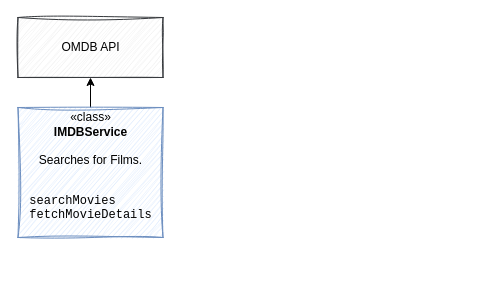
The draw.io diagram FilmSearch.drawio in tillg/filmz, before the edit. Source tidied: cells renumbered, new cells numbered last; positions are measured from the earlier drawing's top-left corner, leaving out a move shared by most shapes. Both pictures are drawn from the tidied source at 100%, with x=0, y=0 at pixel (18, 17).
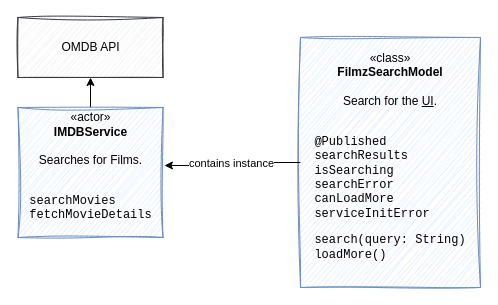
After the change.

Change to the diagram source:
```diff
@@
 <mxGraphModel>
   <root>
     <mxCell id="0" />
     <mxCell id="1" parent="0" />
     <mxCell id="2" style="edgeStyle=orthogonalEdgeStyle;rounded=0;jettySize=auto;html=1;entryX=0.5;entryY=1;entryDx=0;entryDy=0;" parent="1" edge="1" source="3" target="4">
       <mxGeometry relative="1" as="geometry" />
     </mxCell>
-    <mxCell id="3" value="&lt;div&gt;«class»&lt;br&gt;&lt;/div&gt;&lt;b&gt;IMDBService&lt;/b&gt;&lt;div&gt;&lt;br&gt;&lt;/div&gt;&lt;div&gt;Searches for Films.&lt;/div&gt;&lt;div&gt;&lt;br&gt;&lt;/div&gt;&lt;pre style=&quot;text-align: left;&quot;&gt;&lt;span style=&quot;background-color: transparent; color: light-dark(rgb(0, 0, 0), rgb(255, 255, 255));&quot;&gt;searchMovies&lt;br&gt;&lt;/span&gt;&lt;span style=&quot;background-color: transparent; color: light-dark(rgb(0, 0, 0), rgb(255, 255, 255));&quot;&gt;fetchMovieDetails&lt;/span&gt;&lt;/pre&gt;" style="rounded=0;whiteSpace=wrap;html=1;sketch=1;curveFitting=1;jiggle=2;fillColor=#dae8fc;strokeColor=#6c8ebf;" parent="1" vertex="1">
+    <mxCell id="3" value="&lt;div&gt;«actor»&lt;br&gt;&lt;/div&gt;&lt;b&gt;IMDBService&lt;/b&gt;&lt;div&gt;&lt;br&gt;&lt;/div&gt;&lt;div&gt;Searches for Films.&lt;/div&gt;&lt;div&gt;&lt;br&gt;&lt;/div&gt;&lt;pre style=&quot;text-align: left;&quot;&gt;&lt;span style=&quot;background-color: transparent; color: light-dark(rgb(0, 0, 0), rgb(255, 255, 255));&quot;&gt;searchMovies&lt;br&gt;&lt;/span&gt;&lt;span style=&quot;background-color: transparent; color: light-dark(rgb(0, 0, 0), rgb(255, 255, 255));&quot;&gt;fetchMovieDetails&lt;/span&gt;&lt;/pre&gt;" style="rounded=0;whiteSpace=wrap;html=1;sketch=1;curveFitting=1;jiggle=2;fillColor=#dae8fc;strokeColor=#6c8ebf;" parent="1" vertex="1">
       <mxGeometry x="-0.5" y="90" width="145" height="130" as="geometry" />
     </mxCell>
     <mxCell id="4" value="&lt;div&gt;OMDB API&lt;/div&gt;" style="rounded=0;whiteSpace=wrap;html=1;sketch=1;curveFitting=1;jiggle=2;fillColor=#eeeeee;strokeColor=#36393d;" parent="1" vertex="1">
       <mxGeometry x="-0.5" width="145" height="60" as="geometry" />
     </mxCell>
+    <mxCell id="5" value="&lt;div&gt;«class»&lt;br&gt;&lt;/div&gt;&lt;b&gt;FilmzSearchModel&lt;/b&gt;&lt;br&gt;&lt;div&gt;&lt;br&gt;&lt;/div&gt;&lt;div&gt;Search for the &lt;u&gt;UI&lt;/u&gt;.&lt;/div&gt;&lt;div&gt;&lt;br&gt;&lt;/div&gt;&lt;pre style=&quot;text-align: left;&quot;&gt;&lt;span style=&quot;background-color: transparent;&quot;&gt;&lt;font style=&quot;color: rgb(0, 0, 0);&quot;&gt;@Published&lt;br&gt;&lt;/font&gt;searchResults&lt;br&gt;&lt;font style=&quot;color: rgb(0, 0, 0);&quot;&gt;isSearching&lt;br&gt;&lt;/font&gt;&lt;/span&gt;searchError&lt;br/&gt;canLoadMore&lt;br/&gt;serviceInitError&lt;br/&gt;&lt;/pre&gt;&lt;pre style=&quot;text-align: left;&quot;&gt;search(query: String)&lt;br/&gt;loadMore()&lt;/pre&gt;" style="rounded=0;whiteSpace=wrap;html=1;sketch=1;curveFitting=1;jiggle=2;fillColor=#dae8fc;strokeColor=#6c8ebf;" parent="1" vertex="1">
+      <mxGeometry x="282" y="20" width="180" height="250" as="geometry" />
+    </mxCell>
+    <mxCell id="6" value="contains instance" style="edgeStyle=orthogonalEdgeStyle;rounded=0;jettySize=auto;html=1;entryX=1.01;entryY=0.446;entryDx=0;entryDy=0;entryPerimeter=0;" parent="1" edge="1" source="5" target="3">
+      <mxGeometry relative="1" as="geometry" />
+    </mxCell>
   </root>
 </mxGraphModel>
```
